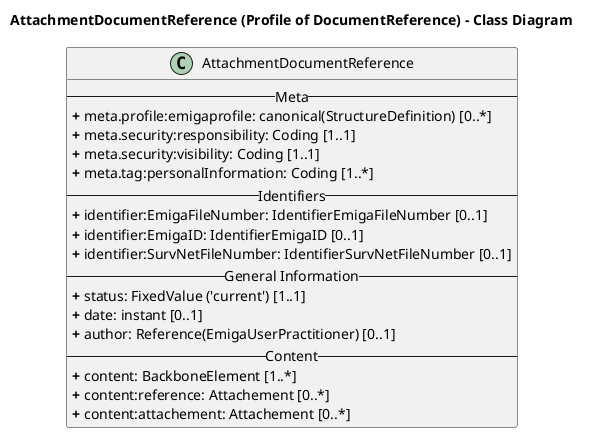
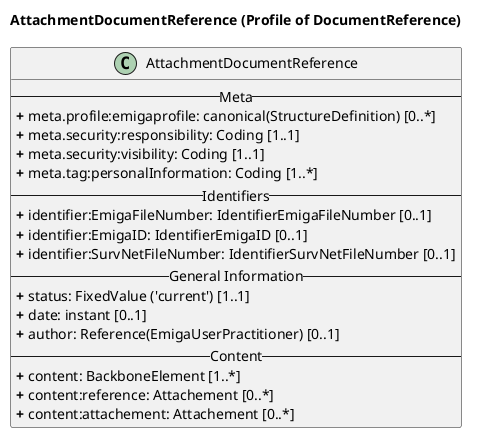
@startuml
skinparam linetype ortho

- title AttachmentDocumentReference (Profile of DocumentReference) - Class Diagram
+ title AttachmentDocumentReference (Profile of DocumentReference)

' Main Class
class AttachmentDocumentReference{
-- Meta --
<b>+</b> meta.profile:emigaprofile: canonical(StructureDefinition) [0..*]
<b>+</b> meta.security:responsibility: Coding [1..1]
<b>+</b> meta.security:visibility: Coding [1..1]
<b>+</b> meta.tag:personalInformation: Coding [1..*]
-- Identifiers --
<b>+</b> identifier:EmigaFileNumber: IdentifierEmigaFileNumber [0..1]
<b>+</b> identifier:EmigaID: IdentifierEmigaID [0..1]
<b>+</b> identifier:SurvNetFileNumber: IdentifierSurvNetFileNumber [0..1]
-- General Information --
<b>+</b> status: FixedValue ('current') [1..1]
<b>+</b> date: instant [0..1]
<b>+</b> author: Reference(EmigaUserPractitioner) [0..1]
-- Content --
<b>+</b> content: BackboneElement [1..*]
<b>+</b> content:reference: Attachement [0..*]
<b>+</b> content:attachement: Attachement [0..*]
}

@enduml